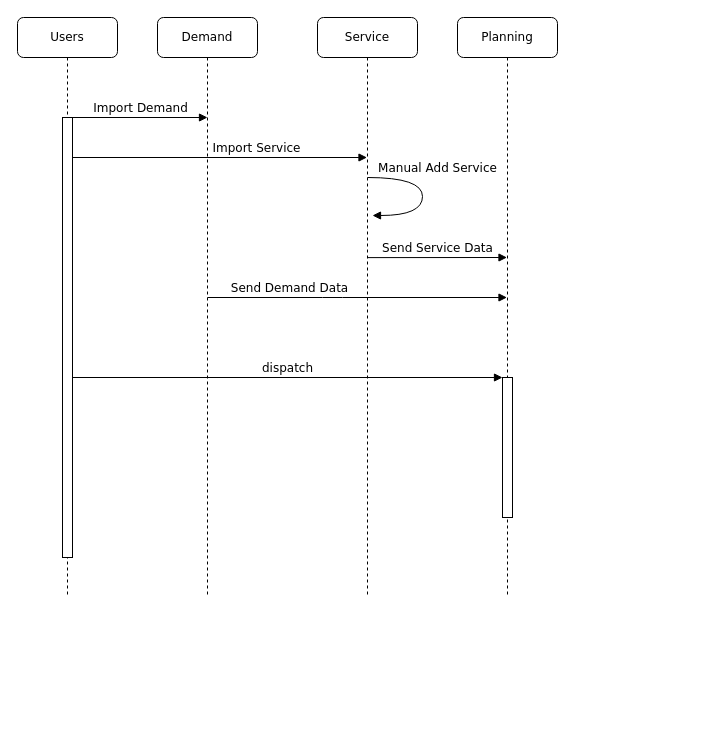
atchapcyp/service_plan_form keeps this draw.io diagram as Service_plan_form/Resources/Untitled Diagram.drawio. Above is the earlier version. Source tidied: cells renumbered, new cells numbered last; positions are measured from the earlier drawing's top-left corner, leaving out a move shared by most shapes. Both pictures are drawn from the tidied source at 100%, with x=0, y=0 at pixel (17, 17).
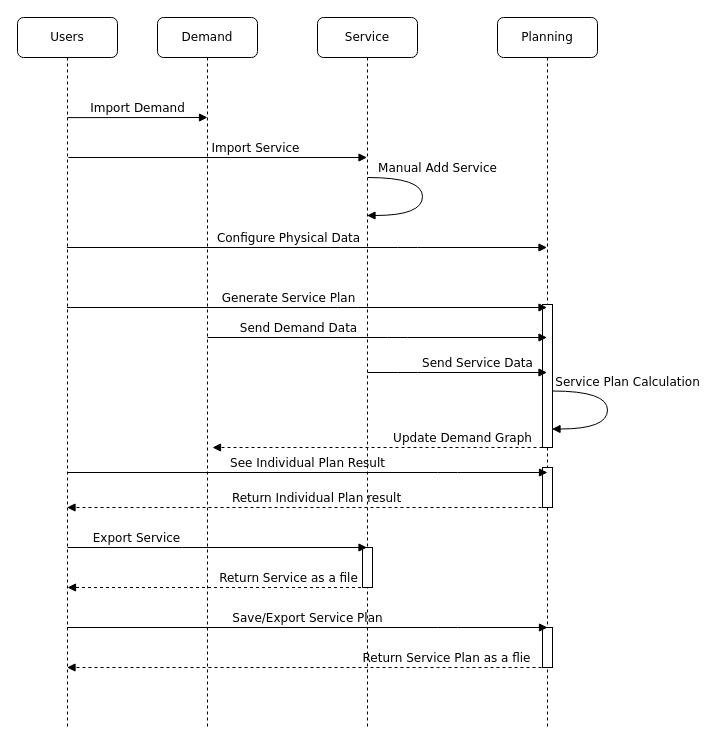
Above is the later version.

The edit, as a diff of the source:
```diff
@@
     <mxCell id="2" value="Demand" style="shape=umlLifeline;perimeter=lifelinePerimeter;whiteSpace=wrap;html=1;rounded=1;shadow=0;comic=0;labelBackgroundColor=none;strokeColor=#000000;strokeWidth=1;fillColor=#FFFFFF;fontFamily=Verdana;fontSize=12;fontColor=#000000;align=center;" parent="1" vertex="1">
-      <mxGeometry x="140" width="100" height="580" as="geometry" />
+      <mxGeometry x="140" width="100" height="710" as="geometry" />
     </mxCell>
     <mxCell id="3" value="Service" style="shape=umlLifeline;perimeter=lifelinePerimeter;whiteSpace=wrap;html=1;outlineConnect=0;rounded=1;shadow=0;comic=0;labelBackgroundColor=none;strokeColor=#000000;strokeWidth=1;fillColor=#FFFFFF;fontFamily=Verdana;fontSize=12;fontColor=#000000;align=center;" parent="1" vertex="1">
-      <mxGeometry x="300" width="100" height="580" as="geometry" />
+      <mxGeometry x="300" width="100" height="710" as="geometry" />
     </mxCell>
     <mxCell id="4" value="Planning" style="shape=umlLifeline;perimeter=lifelinePerimeter;whiteSpace=wrap;html=1;outlineConnect=0;rounded=1;shadow=0;comic=0;labelBackgroundColor=none;strokeColor=#000000;strokeWidth=1;fillColor=#FFFFFF;fontFamily=Verdana;fontSize=12;fontColor=#000000;align=center;" parent="1" vertex="1">
-      <mxGeometry x="440" width="100" height="580" as="geometry" />
+      <mxGeometry x="480" width="100" height="710" as="geometry" />
     </mxCell>
+    <mxCell id="14" style="html=1;perimeter=orthogonalPerimeter;rounded=0;shadow=0;comic=0;labelBackgroundColor=none;strokeColor=#000000;strokeWidth=1;fillColor=#FFFFFF;fontFamily=Verdana;fontSize=12;fontColor=#000000;align=center;" parent="4" vertex="1">
+      <mxGeometry x="45" y="287" width="10" height="143" as="geometry" />
+    </mxCell>
+    <mxCell id="15" style="html=1;perimeter=orthogonalPerimeter;rounded=0;shadow=0;comic=0;labelBackgroundColor=none;strokeColor=#000000;strokeWidth=1;fillColor=#FFFFFF;fontFamily=Verdana;fontSize=12;fontColor=#000000;align=center;" parent="4" vertex="1">
+      <mxGeometry x="45" y="450" width="10" height="40" as="geometry" />
+    </mxCell>
+    <mxCell id="16" style="html=1;perimeter=orthogonalPerimeter;rounded=0;shadow=0;comic=0;labelBackgroundColor=none;strokeColor=#000000;strokeWidth=1;fillColor=#FFFFFF;fontFamily=Verdana;fontSize=12;fontColor=#000000;align=center;" parent="4" vertex="1">
+      <mxGeometry x="45" y="610" width="10" height="40" as="geometry" />
+    </mxCell>
     <mxCell id="5" value="Users" style="shape=umlLifeline;perimeter=lifelinePerimeter;whiteSpace=wrap;html=1;outlineConnect=0;rounded=1;shadow=0;comic=0;labelBackgroundColor=none;strokeColor=#000000;strokeWidth=1;fillColor=#FFFFFF;fontFamily=Verdana;fontSize=12;fontColor=#000000;align=center;" parent="1" vertex="1">
-      <mxGeometry width="100" height="580" as="geometry" />
+      <mxGeometry width="100" height="710" as="geometry" />
     </mxCell>
-    <mxCell id="6" style="html=1;points=[];perimeter=orthogonalPerimeter;rounded=0;shadow=0;comic=0;labelBackgroundColor=none;strokeColor=#000000;strokeWidth=1;fillColor=#FFFFFF;fontFamily=Verdana;fontSize=12;fontColor=#000000;align=center;" parent="5" vertex="1">
-      <mxGeometry x="45" y="100" width="10" height="440" as="geometry" />
-    </mxCell>
-    <mxCell id="7" value="Send Service Data" style="html=1;verticalAlign=bottom;endArrow=block;labelBackgroundColor=none;fontFamily=Verdana;fontSize=12;edgeStyle=elbowEdgeStyle;elbow=vertical;exitX=0.5;exitY=0.414;exitDx=0;exitDy=0;exitPerimeter=0;" parent="1" edge="1" source="3" target="4">
-      <mxGeometry relative="1" as="geometry">
+    <mxCell id="7" value="Send Service Data" style="html=1;verticalAlign=bottom;endArrow=block;labelBackgroundColor=none;fontFamily=Verdana;fontSize=12;edgeStyle=elbowEdgeStyle;elbow=vertical;" parent="1" edge="1" target="4">
+      <mxGeometry x="0.23" relative="1" as="geometry">
+        <mxPoint x="350" y="355" as="sourcePoint" />
         <Array as="points">
+          <mxPoint x="390" y="355" />
+          <mxPoint x="370" y="340" />
+          <mxPoint x="380" y="350" />
+          <mxPoint x="380" y="340" />
+          <mxPoint x="380" y="355" />
+          <mxPoint x="450" y="350" />
+          <mxPoint x="420" y="420" />
           <mxPoint x="450" y="240" />
           <mxPoint x="360" y="160" />
         </Array>
       </mxGeometry>
     </mxCell>
-    <mxCell id="8" style="html=1;points=[];perimeter=orthogonalPerimeter;rounded=0;shadow=0;comic=0;labelBackgroundColor=none;strokeColor=#000000;strokeWidth=1;fillColor=#FFFFFF;fontFamily=Verdana;fontSize=12;fontColor=#000000;align=center;" parent="1" vertex="1">
-      <mxGeometry x="485" y="360" width="10" height="140" as="geometry" />
-    </mxCell>
-    <mxCell id="9" value="dispatch" style="html=1;verticalAlign=bottom;endArrow=block;entryX=0;entryY=0;labelBackgroundColor=none;fontFamily=Verdana;fontSize=12;" parent="1" edge="1" source="6" target="8">
-      <mxGeometry relative="1" as="geometry" />
+    <mxCell id="9" value="Configure Physical Data" style="html=1;verticalAlign=bottom;endArrow=block;labelBackgroundColor=none;fontFamily=Verdana;fontSize=12;" parent="1" edge="1" source="5" target="4">
+      <mxGeometry x="0.42" y="-120" relative="1" as="geometry">
+        <Array as="points">
+          <mxPoint x="390" y="230" />
+        </Array>
+        <mxPoint x="-120" y="-120" as="offset" />
+      </mxGeometry>
     </mxCell>
-    <mxCell id="10" value="Import Demand" style="html=1;verticalAlign=bottom;endArrow=block;labelBackgroundColor=none;fontFamily=Verdana;fontSize=12;edgeStyle=elbowEdgeStyle;elbow=vertical;" parent="1" edge="1" source="6">
+    <mxCell id="10" value="Import Demand" style="html=1;verticalAlign=bottom;endArrow=block;labelBackgroundColor=none;fontFamily=Verdana;fontSize=12;edgeStyle=elbowEdgeStyle;elbow=vertical;exitX=0.5;exitY=0.141;exitDx=0;exitDy=0;exitPerimeter=0;" parent="1" edge="1" source="5">
       <mxGeometry relative="1" as="geometry">
         <mxPoint x="190" y="100" as="targetPoint" />
       </mxGeometry>
     </mxCell>
     <mxCell id="11" value="Import Service" style="html=1;verticalAlign=bottom;endArrow=block;labelBackgroundColor=none;fontFamily=Verdana;fontSize=12;edgeStyle=elbowEdgeStyle;elbow=vertical;" parent="1" edge="1" target="3">
       <mxGeometry x="0.25" relative="1" as="geometry">
-        <mxPoint x="55" y="140" as="sourcePoint" />
+        <mxPoint x="51" y="140" as="sourcePoint" />
       </mxGeometry>
     </mxCell>
-    <mxCell id="12" value="Manual Add Service" style="html=1;verticalAlign=bottom;endArrow=block;labelBackgroundColor=none;fontFamily=Verdana;fontSize=12;elbow=vertical;edgeStyle=orthogonalEdgeStyle;curved=1;entryX=1;entryY=0.286;entryPerimeter=0;exitX=1.038;exitY=0.345;exitPerimeter=0;" parent="1" edge="1">
-      <mxGeometry x="-0.23" y="15" relative="1" as="geometry">
+    <mxCell id="12" value="Manual Add Service" style="html=1;verticalAlign=bottom;endArrow=block;labelBackgroundColor=none;fontFamily=Verdana;fontSize=12;elbow=vertical;edgeStyle=orthogonalEdgeStyle;curved=1;exitX=1.038;exitY=0.345;exitPerimeter=0;" parent="1" edge="1" target="3">
+      <mxGeometry x="-0.26" y="15" relative="1" as="geometry">
         <mxPoint x="350" y="160" as="sourcePoint" />
-        <mxPoint x="355" y="198" as="targetPoint" />
         <Array as="points">
           <mxPoint x="405" y="160" />
           <mxPoint x="405" y="198" />
         </Array>
       </mxGeometry>
     </mxCell>
     <mxCell id="13" value="Send Demand Data" style="html=1;verticalAlign=bottom;endArrow=block;labelBackgroundColor=none;fontFamily=Verdana;fontSize=12;edgeStyle=elbowEdgeStyle;elbow=vertical;" parent="1" edge="1" target="4">
-      <mxGeometry y="-67" relative="1" as="geometry">
-        <mxPoint x="190" y="280" as="sourcePoint" />
-        <mxPoint x="-68" y="-67" as="offset" />
+      <mxGeometry x="0.3" y="-130" relative="1" as="geometry">
+        <mxPoint x="190" y="320" as="sourcePoint" />
+        <Array as="points">
+          <mxPoint x="380" y="320" />
+          <mxPoint x="410" y="310" />
+          <mxPoint x="210" y="390" />
+          <mxPoint x="400" y="280" />
+        </Array>
+        <mxPoint x="-130" y="-130" as="offset" />
       </mxGeometry>
     </mxCell>
+    <mxCell id="17" value="Generate Service Plan" style="html=1;verticalAlign=bottom;endArrow=block;labelBackgroundColor=none;fontFamily=Verdana;fontSize=12;" parent="1" edge="1" source="5" target="4">
+      <mxGeometry x="0.17" y="-60" relative="1" as="geometry">
+        <Array as="points">
+          <mxPoint x="330" y="290" />
+        </Array>
+        <mxPoint x="-60" y="-60" as="offset" />
+      </mxGeometry>
+    </mxCell>
+    <mxCell id="18" value="See Individual Plan Result" style="html=1;verticalAlign=bottom;endArrow=block;labelBackgroundColor=none;fontFamily=Verdana;fontSize=12;edgeStyle=elbowEdgeStyle;elbow=vertical;" parent="1" edge="1">
+      <mxGeometry relative="1" as="geometry">
+        <mxPoint x="49.5" y="455" as="sourcePoint" />
+        <mxPoint x="530" y="455" as="targetPoint" />
+        <Array as="points">
+          <mxPoint x="430" y="455" />
+        </Array>
+      </mxGeometry>
+    </mxCell>
+    <mxCell id="19" value="Return Individual Plan result" style="html=1;verticalAlign=bottom;endArrow=block;labelBackgroundColor=none;fontFamily=Verdana;fontSize=12;edgeStyle=elbowEdgeStyle;elbow=vertical;dashed=1;" parent="1" edge="1" target="5">
+      <mxGeometry x="-0.04" relative="1" as="geometry">
+        <mxPoint x="530" y="490" as="sourcePoint" />
+        <Array as="points">
+          <mxPoint x="130" y="490" />
+          <mxPoint x="310.5" y="480" />
+          <mxPoint x="310.5" y="610" />
+          <mxPoint x="320.5" y="570" />
+        </Array>
+      </mxGeometry>
+    </mxCell>
+    <mxCell id="20" value="Return Service as a file" style="html=1;verticalAlign=bottom;endArrow=block;labelBackgroundColor=none;fontFamily=Verdana;fontSize=12;edgeStyle=elbowEdgeStyle;elbow=vertical;dashed=1;" parent="1" edge="1">
+      <mxGeometry y="-70" relative="1" as="geometry">
+        <mxPoint x="349.5" y="570" as="sourcePoint" />
+        <mxPoint x="50" y="570" as="targetPoint" />
+        <mxPoint x="71" y="70" as="offset" />
+      </mxGeometry>
+    </mxCell>
+    <mxCell id="21" value="Update Demand Graph" style="html=1;verticalAlign=bottom;endArrow=block;labelBackgroundColor=none;fontFamily=Verdana;fontSize=12;edgeStyle=elbowEdgeStyle;elbow=vertical;dashed=1;" parent="1" edge="1">
+      <mxGeometry y="-85" relative="1" as="geometry">
+        <mxPoint x="525" y="430" as="sourcePoint" />
+        <mxPoint x="195" y="430" as="targetPoint" />
+        <mxPoint x="85" y="85" as="offset" />
+      </mxGeometry>
+    </mxCell>
+    <mxCell id="22" value="Save/Export Service Plan" style="html=1;verticalAlign=bottom;endArrow=block;labelBackgroundColor=none;fontFamily=Verdana;fontSize=12;edgeStyle=elbowEdgeStyle;elbow=vertical;" parent="1" edge="1">
+      <mxGeometry relative="1" as="geometry">
+        <mxPoint x="49.5" y="610" as="sourcePoint" />
+        <mxPoint x="530" y="610" as="targetPoint" />
+        <Array as="points">
+          <mxPoint x="430" y="610" />
+        </Array>
+      </mxGeometry>
+    </mxCell>
+    <mxCell id="23" value="Service Plan Calculation" style="html=1;verticalAlign=bottom;endArrow=block;labelBackgroundColor=none;fontFamily=Verdana;fontSize=12;elbow=vertical;edgeStyle=orthogonalEdgeStyle;curved=1;exitX=1.038;exitY=0.345;exitPerimeter=0;" parent="1" edge="1">
+      <mxGeometry x="-0.26" y="20" relative="1" as="geometry">
+        <mxPoint x="535" y="373.5" as="sourcePoint" />
+        <mxPoint x="534.5" y="411.5" as="targetPoint" />
+        <Array as="points">
+          <mxPoint x="590" y="373.5" />
+          <mxPoint x="590" y="411.5" />
+        </Array>
+      </mxGeometry>
+    </mxCell>
+    <mxCell id="24" style="html=1;perimeter=orthogonalPerimeter;rounded=0;shadow=0;comic=0;labelBackgroundColor=none;strokeColor=#000000;strokeWidth=1;fillColor=#FFFFFF;fontFamily=Verdana;fontSize=12;fontColor=#000000;align=center;" parent="1" vertex="1">
+      <mxGeometry x="345" y="530" width="10" height="40" as="geometry" />
+    </mxCell>
+    <mxCell id="25" value="Export Service" style="html=1;verticalAlign=bottom;endArrow=block;labelBackgroundColor=none;fontFamily=Verdana;fontSize=12;edgeStyle=elbowEdgeStyle;elbow=vertical;" parent="1" edge="1" target="3">
+      <mxGeometry x="-0.17" y="-55" relative="1" as="geometry">
+        <mxPoint x="50" y="530" as="sourcePoint" />
+        <mxPoint x="-55" y="-55" as="offset" />
+      </mxGeometry>
+    </mxCell>
+    <mxCell id="26" value="Return Service Plan as a flie" style="html=1;verticalAlign=bottom;endArrow=block;labelBackgroundColor=none;fontFamily=Verdana;fontSize=12;edgeStyle=elbowEdgeStyle;elbow=vertical;dashed=1;" parent="1" edge="1">
+      <mxGeometry x="-0.58" relative="1" as="geometry">
+        <mxPoint x="530" y="650" as="sourcePoint" />
+        <mxPoint x="49.5" y="650" as="targetPoint" />
+        <Array as="points">
+          <mxPoint x="430" y="650" />
+        </Array>
+      </mxGeometry>
+    </mxCell>
```
